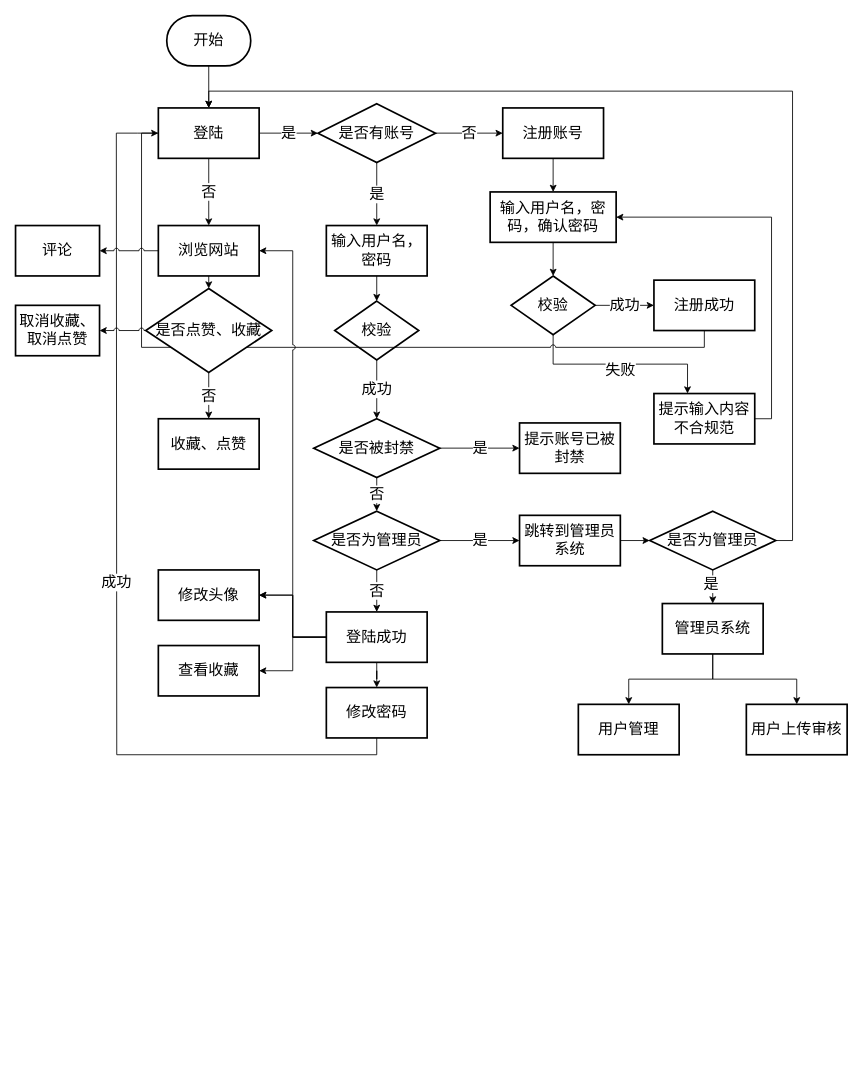
Before: Untitled Diagram.drawio in GGwqm/gameInfo, a draw.io diagram. Source tidied: cells renumbered, new cells numbered last; positions are measured from the earlier drawing's top-left corner, leaving out a move shared by most shapes. Both pictures are drawn from the tidied source at 84%, with x=0, y=0 at pixel (15, 15).
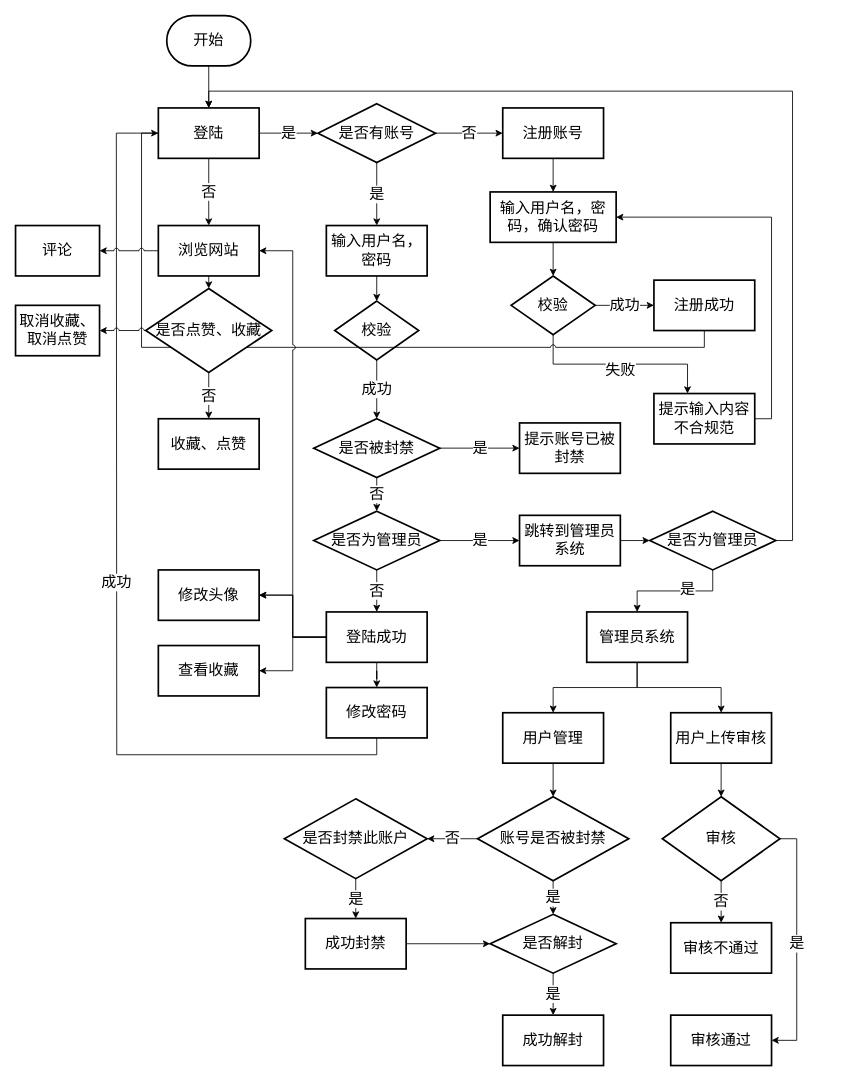
The same diagram, later.

The edit, as a diff of the source:
```diff
@@
     <mxCell id="53" value="管理员系统" style="whiteSpace=wrap;html=1;fontSize=18;strokeWidth=2;" parent="1" vertex="1">
-      <mxGeometry x="770" y="700" width="120" height="60" as="geometry" />
+      <mxGeometry x="680" y="710" width="120" height="60" as="geometry" />
     </mxCell>
+    <mxCell id="63" style="edgeStyle=orthogonalEdgeStyle;rounded=0;jumpStyle=arc;jettySize=auto;html=1;exitX=0.5;exitY=1;exitDx=0;exitDy=0;entryX=0.5;entryY=0;entryDx=0;entryDy=0;entryPerimeter=0;endArrow=classic;endFill=1;fontSize=18;" parent="1" edge="1" source="54" target="67">
+      <mxGeometry relative="1" as="geometry" />
+    </mxCell>
     <mxCell id="54" value="用户管理" style="whiteSpace=wrap;html=1;fontSize=18;strokeWidth=2;" parent="1" vertex="1">
-      <mxGeometry x="670" y="820" width="120" height="60" as="geometry" />
+      <mxGeometry x="580" y="830" width="120" height="60" as="geometry" />
     </mxCell>
+    <mxCell id="64" style="edgeStyle=orthogonalEdgeStyle;rounded=0;jumpStyle=arc;jettySize=auto;html=1;exitX=0.5;exitY=1;exitDx=0;exitDy=0;entryX=0.5;entryY=0;entryDx=0;entryDy=0;entryPerimeter=0;endArrow=classic;endFill=1;fontSize=18;" parent="1" edge="1" source="55" target="77">
+      <mxGeometry relative="1" as="geometry" />
+    </mxCell>
     <mxCell id="55" value="用户上传审核" style="whiteSpace=wrap;html=1;fontSize=18;strokeWidth=2;" parent="1" vertex="1">
-      <mxGeometry x="870" y="820" width="120" height="60" as="geometry" />
+      <mxGeometry x="780" y="830" width="120" height="60" as="geometry" />
     </mxCell>
@@
+    <mxCell id="65" value="是" style="edgeStyle=orthogonalEdgeStyle;rounded=0;jumpStyle=arc;jettySize=auto;html=1;exitX=0.5;exitY=1;exitDx=0;exitDy=0;exitPerimeter=0;entryX=0.5;entryY=0;entryDx=0;entryDy=0;entryPerimeter=0;endArrow=classic;endFill=1;fontSize=18;" parent="1" edge="1" source="67" target="69">
+      <mxGeometry relative="1" as="geometry" />
+    </mxCell>
+    <mxCell id="66" value="否" style="edgeStyle=orthogonalEdgeStyle;rounded=0;jumpStyle=arc;jettySize=auto;html=1;exitX=0;exitY=0.5;exitDx=0;exitDy=0;exitPerimeter=0;entryX=1;entryY=0.5;entryDx=0;entryDy=0;entryPerimeter=0;endArrow=classic;endFill=1;fontSize=18;" parent="1" edge="1" source="67" target="71">
+      <mxGeometry relative="1" as="geometry" />
+    </mxCell>
+    <mxCell id="67" value="账号是否被封禁" style="strokeWidth=2;html=1;shape=mxgraph.flowchart.decision;whiteSpace=wrap;fontSize=18;" parent="1" vertex="1">
+      <mxGeometry x="550" y="930" width="180" height="100" as="geometry" />
+    </mxCell>
+    <mxCell id="68" value="是" style="edgeStyle=orthogonalEdgeStyle;rounded=0;jumpStyle=arc;jettySize=auto;html=1;exitX=0.5;exitY=1;exitDx=0;exitDy=0;exitPerimeter=0;entryX=0.5;entryY=0;entryDx=0;entryDy=0;endArrow=classic;endFill=1;fontSize=18;" parent="1" edge="1" source="69" target="74">
+      <mxGeometry relative="1" as="geometry" />
+    </mxCell>
+    <mxCell id="69" value="是否解封" style="strokeWidth=2;html=1;shape=mxgraph.flowchart.decision;whiteSpace=wrap;fontSize=18;" parent="1" vertex="1">
+      <mxGeometry x="565" y="1070" width="150" height="70" as="geometry" />
+    </mxCell>
+    <mxCell id="70" value="是" style="edgeStyle=orthogonalEdgeStyle;rounded=0;jumpStyle=arc;jettySize=auto;html=1;exitX=0.5;exitY=1;exitDx=0;exitDy=0;exitPerimeter=0;endArrow=classic;endFill=1;fontSize=18;" parent="1" edge="1" source="71" target="73">
+      <mxGeometry relative="1" as="geometry" />
+    </mxCell>
+    <mxCell id="71" value="是否封禁此账户" style="strokeWidth=2;html=1;shape=mxgraph.flowchart.decision;whiteSpace=wrap;fontSize=18;" parent="1" vertex="1">
+      <mxGeometry x="320" y="932.5" width="170" height="95" as="geometry" />
+    </mxCell>
+    <mxCell id="72" style="edgeStyle=orthogonalEdgeStyle;rounded=0;jumpStyle=arc;jettySize=auto;html=1;exitX=1;exitY=0.5;exitDx=0;exitDy=0;endArrow=classic;endFill=1;fontSize=18;" parent="1" edge="1" source="73" target="69">
+      <mxGeometry relative="1" as="geometry" />
+    </mxCell>
+    <mxCell id="73" value="成功封禁" style="whiteSpace=wrap;html=1;fontSize=18;strokeWidth=2;" parent="1" vertex="1">
+      <mxGeometry x="345" y="1075" width="120" height="60" as="geometry" />
+    </mxCell>
+    <mxCell id="74" value="成功解封" style="whiteSpace=wrap;html=1;fontSize=18;strokeWidth=2;" parent="1" vertex="1">
+      <mxGeometry x="580" y="1190" width="120" height="60" as="geometry" />
+    </mxCell>
+    <mxCell id="75" value="是" style="edgeStyle=orthogonalEdgeStyle;rounded=0;jumpStyle=arc;jettySize=auto;html=1;exitX=1;exitY=0.5;exitDx=0;exitDy=0;exitPerimeter=0;entryX=1;entryY=0.5;entryDx=0;entryDy=0;endArrow=classic;endFill=1;fontSize=18;" parent="1" edge="1" source="77" target="78">
+      <mxGeometry relative="1" as="geometry" />
+    </mxCell>
+    <mxCell id="76" value="否" style="edgeStyle=orthogonalEdgeStyle;rounded=0;jumpStyle=arc;jettySize=auto;html=1;exitX=0.5;exitY=1;exitDx=0;exitDy=0;exitPerimeter=0;entryX=0.5;entryY=0;entryDx=0;entryDy=0;endArrow=classic;endFill=1;fontSize=18;" parent="1" edge="1" source="77" target="79">
+      <mxGeometry relative="1" as="geometry" />
+    </mxCell>
+    <mxCell id="77" value="审核" style="strokeWidth=2;html=1;shape=mxgraph.flowchart.decision;whiteSpace=wrap;fontSize=18;" parent="1" vertex="1">
+      <mxGeometry x="770" y="930" width="140" height="100" as="geometry" />
+    </mxCell>
+    <mxCell id="78" value="审核通过" style="whiteSpace=wrap;html=1;fontSize=18;strokeWidth=2;" parent="1" vertex="1">
+      <mxGeometry x="780" y="1190" width="120" height="60" as="geometry" />
+    </mxCell>
+    <mxCell id="79" value="审核不通过" style="whiteSpace=wrap;html=1;fontSize=18;strokeWidth=2;" parent="1" vertex="1">
+      <mxGeometry x="780" y="1080" width="120" height="60" as="geometry" />
+    </mxCell>
```
